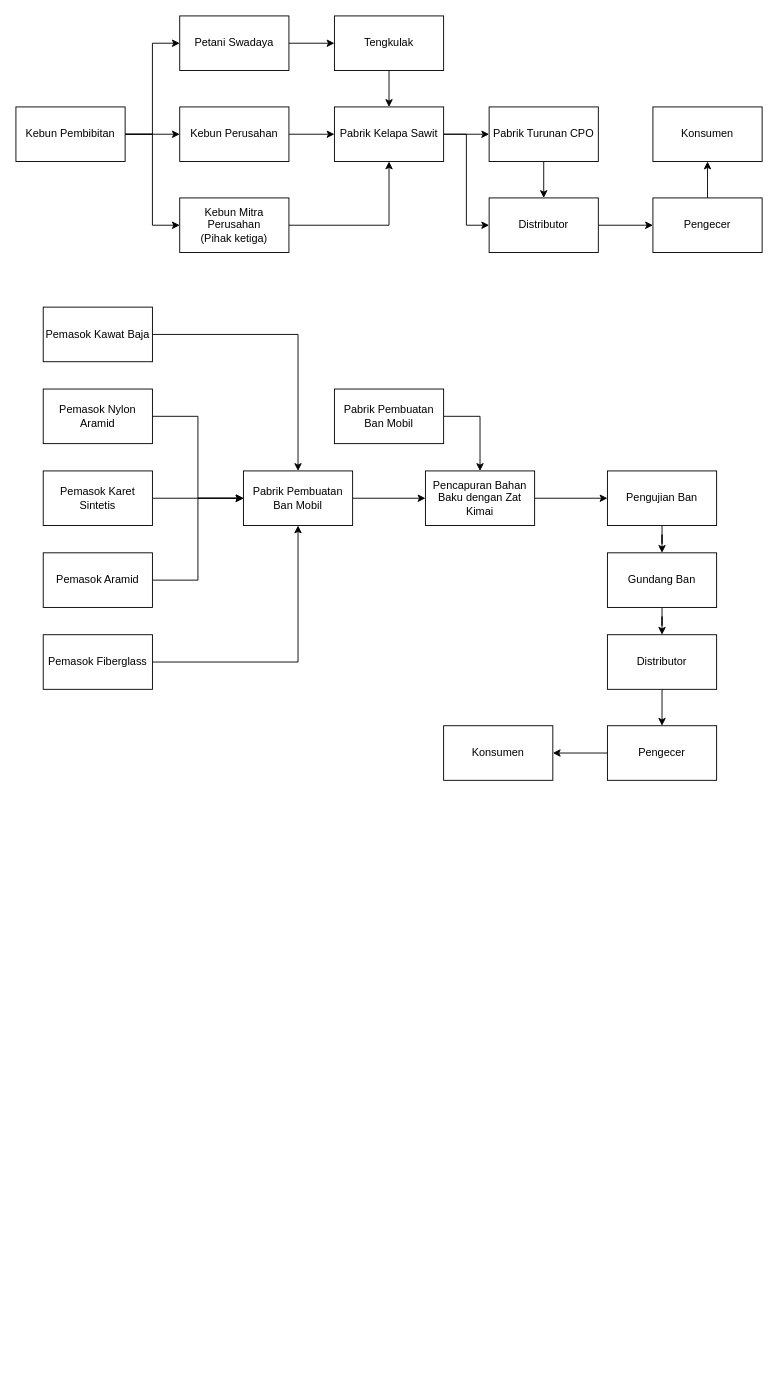
Earlier version of the draw.io diagram rantai-pasok.drawio (xoghub/diagrams). Source tidied: cells renumbered, new cells numbered last; positions are measured from the earlier drawing's top-left corner, leaving out a move shared by most shapes. Both pictures are drawn from the tidied source at 91%, with x=0, y=0 at pixel (15, 15).
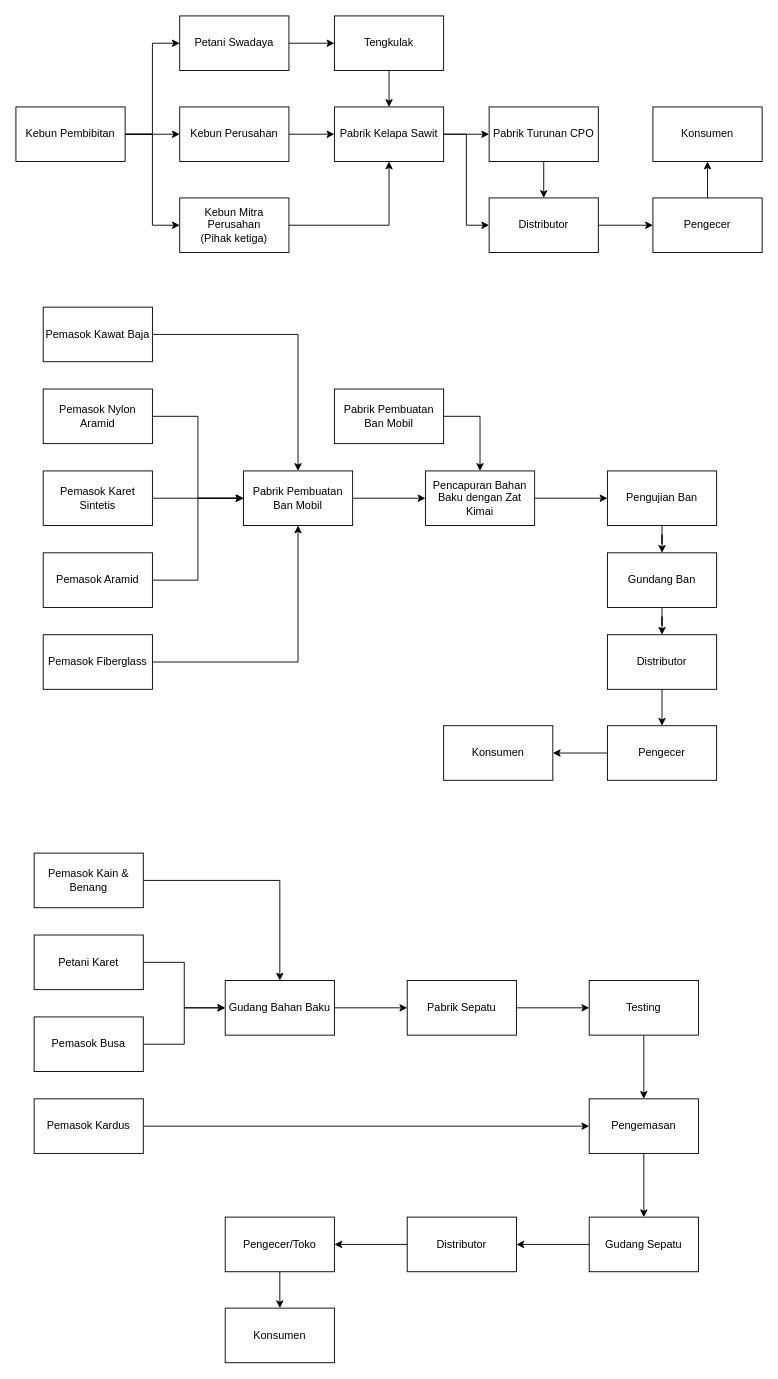
After the change.

Commit message:
Add Rantai Pasok Sepatu

Diff of the diagram source:
```diff
@@
+    <mxCell id="49" style="edgeStyle=orthogonalEdgeStyle;rounded=0;jettySize=auto;html=1;entryX=0.5;entryY=0;entryDx=0;entryDy=0;" parent="1" edge="1" source="50" target="58">
+      <mxGeometry relative="1" as="geometry" />
+    </mxCell>
+    <mxCell id="50" value="Pemasok Kain &amp;amp; Benang" style="whiteSpace=wrap;html=1;rounded=0;" parent="1" vertex="1">
+      <mxGeometry x="20" y="920" width="120" height="60" as="geometry" />
+    </mxCell>
+    <mxCell id="51" style="edgeStyle=orthogonalEdgeStyle;rounded=0;jettySize=auto;html=1;entryX=0;entryY=0.5;entryDx=0;entryDy=0;" parent="1" edge="1" source="52" target="58">
+      <mxGeometry relative="1" as="geometry" />
+    </mxCell>
+    <mxCell id="52" value="Petani Karet" style="whiteSpace=wrap;html=1;rounded=0;" parent="1" vertex="1">
+      <mxGeometry x="20" y="1010" width="120" height="60" as="geometry" />
+    </mxCell>
+    <mxCell id="53" style="edgeStyle=orthogonalEdgeStyle;rounded=0;jettySize=auto;html=1;entryX=0;entryY=0.5;entryDx=0;entryDy=0;" parent="1" edge="1" source="54" target="58">
+      <mxGeometry relative="1" as="geometry" />
+    </mxCell>
+    <mxCell id="54" value="Pemasok Busa" style="whiteSpace=wrap;html=1;rounded=0;" parent="1" vertex="1">
+      <mxGeometry x="20" y="1100" width="120" height="60" as="geometry" />
+    </mxCell>
+    <mxCell id="55" style="edgeStyle=orthogonalEdgeStyle;rounded=0;jettySize=auto;html=1;entryX=0;entryY=0.5;entryDx=0;entryDy=0;" parent="1" edge="1" source="56" target="64">
+      <mxGeometry relative="1" as="geometry" />
+    </mxCell>
+    <mxCell id="56" value="Pemasok Kardus" style="whiteSpace=wrap;html=1;rounded=0;" parent="1" vertex="1">
+      <mxGeometry x="20" y="1190" width="120" height="60" as="geometry" />
+    </mxCell>
+    <mxCell id="57" style="edgeStyle=orthogonalEdgeStyle;rounded=0;jettySize=auto;html=1;" parent="1" edge="1" source="58" target="60">
+      <mxGeometry relative="1" as="geometry" />
+    </mxCell>
+    <mxCell id="58" value="Gudang Bahan Baku" style="whiteSpace=wrap;html=1;rounded=0;" parent="1" vertex="1">
+      <mxGeometry x="230" y="1060" width="120" height="60" as="geometry" />
+    </mxCell>
+    <mxCell id="59" style="edgeStyle=orthogonalEdgeStyle;rounded=0;jettySize=auto;html=1;" parent="1" edge="1" source="60" target="62">
+      <mxGeometry relative="1" as="geometry" />
+    </mxCell>
+    <mxCell id="60" value="Pabrik Sepatu" style="whiteSpace=wrap;html=1;rounded=0;" parent="1" vertex="1">
+      <mxGeometry x="430" y="1060" width="120" height="60" as="geometry" />
+    </mxCell>
+    <mxCell id="61" style="edgeStyle=orthogonalEdgeStyle;rounded=0;jettySize=auto;html=1;" parent="1" edge="1" source="62" target="64">
+      <mxGeometry relative="1" as="geometry" />
+    </mxCell>
+    <mxCell id="62" value="Testing" style="whiteSpace=wrap;html=1;rounded=0;" parent="1" vertex="1">
+      <mxGeometry x="630" y="1060" width="120" height="60" as="geometry" />
+    </mxCell>
+    <mxCell id="63" style="edgeStyle=orthogonalEdgeStyle;rounded=0;jettySize=auto;html=1;" parent="1" edge="1" source="64" target="66">
+      <mxGeometry relative="1" as="geometry" />
+    </mxCell>
+    <mxCell id="64" value="Pengemasan" style="whiteSpace=wrap;html=1;rounded=0;" parent="1" vertex="1">
+      <mxGeometry x="630" y="1190" width="120" height="60" as="geometry" />
+    </mxCell>
+    <mxCell id="65" style="edgeStyle=orthogonalEdgeStyle;rounded=0;jettySize=auto;html=1;" parent="1" edge="1" source="66" target="68">
+      <mxGeometry relative="1" as="geometry" />
+    </mxCell>
+    <mxCell id="66" value="Gudang Sepatu" style="whiteSpace=wrap;html=1;rounded=0;" parent="1" vertex="1">
+      <mxGeometry x="630" y="1320" width="120" height="60" as="geometry" />
+    </mxCell>
+    <mxCell id="67" style="edgeStyle=orthogonalEdgeStyle;rounded=0;jettySize=auto;html=1;" parent="1" edge="1" source="68" target="70">
+      <mxGeometry relative="1" as="geometry" />
+    </mxCell>
+    <mxCell id="68" value="Distributor" style="whiteSpace=wrap;html=1;rounded=0;" parent="1" vertex="1">
+      <mxGeometry x="430" y="1320" width="120" height="60" as="geometry" />
+    </mxCell>
+    <mxCell id="69" style="edgeStyle=orthogonalEdgeStyle;rounded=0;jettySize=auto;html=1;" parent="1" edge="1" source="70" target="71">
+      <mxGeometry relative="1" as="geometry" />
+    </mxCell>
+    <mxCell id="70" value="Pengecer/Toko" style="whiteSpace=wrap;html=1;rounded=0;" parent="1" vertex="1">
+      <mxGeometry x="230" y="1320" width="120" height="60" as="geometry" />
+    </mxCell>
+    <mxCell id="71" value="Konsumen" style="whiteSpace=wrap;html=1;rounded=0;" parent="1" vertex="1">
+      <mxGeometry x="230" y="1420" width="120" height="60" as="geometry" />
+    </mxCell>
```
